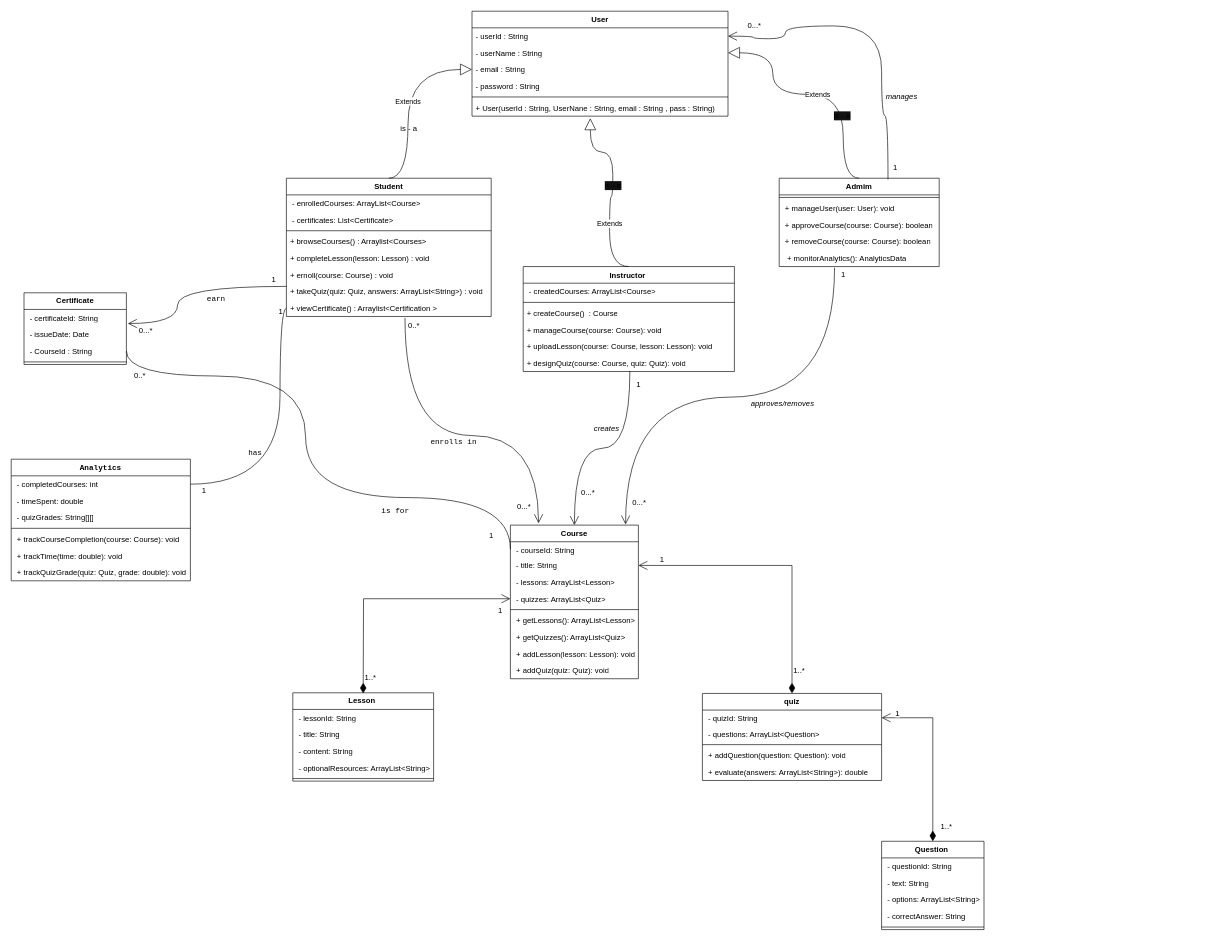
Before: Class Diagram.drawio in Abd-El-Rahman-Mohammed-Aref/Lab6, a draw.io diagram. Source tidied: cells renumbered, new cells numbered last; positions are measured from the earlier drawing's top-left corner, leaving out a move shared by most shapes. Both pictures are drawn from the tidied source at 64%, with x=0, y=0 at pixel (11, 11).
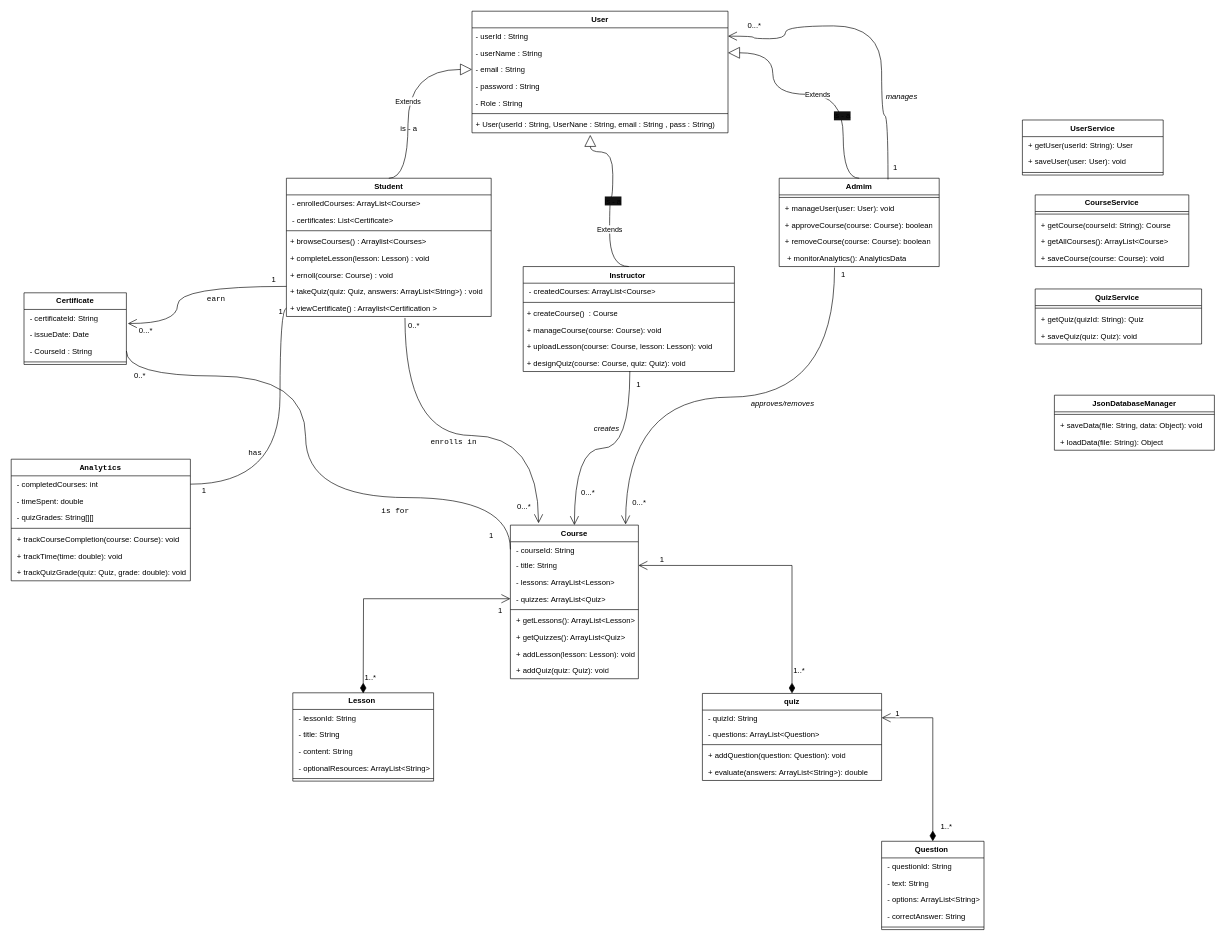
The same diagram, later.

Commit message (it also covers changes not shown here):
add Service & Data Classes

The edit, as a diff of the source:
```diff
@@
     <mxCell id="2" value="User" style="swimlane;fontStyle=1;align=center;verticalAlign=top;horizontal=1;startSize=26;whiteSpace=wrap;html=1;" parent="1" vertex="1">
-      <mxGeometry x="720" width="400" height="164" as="geometry" />
+      <mxGeometry x="720" width="400" height="190" as="geometry" />
     </mxCell>
@@
+    <mxCell id="114" value="- Role : String" style="text;strokeColor=none;fillColor=none;align=left;verticalAlign=top;spacingLeft=4;spacingRight=4;overflow=hidden;whiteSpace=wrap;html=1;" parent="2" vertex="1">
+      <mxGeometry y="130" width="400" height="26" as="geometry" />
+    </mxCell>
     <mxCell id="7" style="line;strokeWidth=1;fillColor=none;align=left;verticalAlign=middle;spacingTop=-1;spacingLeft=3;spacingRight=3;labelPosition=right;strokeColor=inherit;" parent="2" vertex="1">
-      <mxGeometry y="130" width="400" height="8" as="geometry" />
+      <mxGeometry y="156" width="400" height="8" as="geometry" />
     </mxCell>
     <mxCell id="8" value="+ User(userId : String, UserNane : String, email : String , pass : String)" style="text;strokeColor=none;fillColor=none;align=left;verticalAlign=top;spacingLeft=4;spacingRight=4;overflow=hidden;points=[[0,0.5],[1,0.5]];portConstraint=eastwest;whiteSpace=wrap;html=1;" parent="2" vertex="1">
-      <mxGeometry y="138" width="400" height="26" as="geometry" />
+      <mxGeometry y="164" width="400" height="26" as="geometry" />
     </mxCell>
@@
+    <mxCell id="115" value="UserService" style="swimlane;fontStyle=1;align=center;verticalAlign=top;horizontal=1;startSize=26;whiteSpace=wrap;html=1;strokeColor=inherit;strokeWidth=1;spacingLeft=3;spacingRight=3;spacingTop=-1;fontFamily=Helvetica;fontSize=12;fontColor=default;labelBackgroundColor=default;fillColor=none;" parent="1" vertex="1">
+      <mxGeometry x="1580" y="170" width="220" height="86" as="geometry" />
+    </mxCell>
+    <mxCell id="116" value="&amp;nbsp;&lt;span style=&quot;background-color: light-dark(#ffffff, var(--ge-dark-color, #121212)); color: light-dark(rgb(0, 0, 0), rgb(255, 255, 255));&quot;&gt;+ getUser(userId: String): User&lt;/span&gt;" style="text;strokeColor=none;fillColor=none;align=left;verticalAlign=top;spacingLeft=4;spacingRight=4;overflow=hidden;whiteSpace=wrap;html=1;fontFamily=Helvetica;fontSize=12;fontColor=default;labelBackgroundColor=default;" parent="115" vertex="1">
+      <mxGeometry y="26" width="220" height="26" as="geometry" />
+    </mxCell>
+    <mxCell id="117" value="&amp;nbsp;&lt;span style=&quot;background-color: light-dark(#ffffff, var(--ge-dark-color, #121212)); color: light-dark(rgb(0, 0, 0), rgb(255, 255, 255));&quot;&gt;+ saveUser(user: User): void&lt;/span&gt;" style="text;strokeColor=none;fillColor=none;align=left;verticalAlign=top;spacingLeft=4;spacingRight=4;overflow=hidden;whiteSpace=wrap;html=1;fontFamily=Helvetica;fontSize=12;fontColor=default;labelBackgroundColor=default;" parent="115" vertex="1">
+      <mxGeometry y="52" width="220" height="26" as="geometry" />
+    </mxCell>
+    <mxCell id="118" style="line;strokeWidth=1;fillColor=none;align=left;verticalAlign=middle;spacingTop=-1;spacingLeft=3;spacingRight=3;labelPosition=right;strokeColor=inherit;fontFamily=Helvetica;fontSize=12;fontColor=default;labelBackgroundColor=default;" parent="115" vertex="1">
+      <mxGeometry y="78" width="220" height="8" as="geometry" />
+    </mxCell>
+    <mxCell id="119" value="CourseService" style="swimlane;fontStyle=1;align=center;verticalAlign=top;horizontal=1;startSize=26;whiteSpace=wrap;html=1;strokeColor=inherit;strokeWidth=1;spacingLeft=3;spacingRight=3;spacingTop=-1;fontFamily=Helvetica;fontSize=12;fontColor=default;labelBackgroundColor=default;fillColor=none;" parent="1" vertex="1">
+      <mxGeometry x="1600" y="287" width="240" height="112" as="geometry" />
+    </mxCell>
+    <mxCell id="120" style="line;strokeWidth=1;fillColor=none;align=left;verticalAlign=middle;spacingTop=-1;spacingLeft=3;spacingRight=3;labelPosition=right;strokeColor=inherit;fontFamily=Helvetica;fontSize=12;fontColor=default;labelBackgroundColor=default;" parent="119" vertex="1">
+      <mxGeometry y="26" width="240" height="8" as="geometry" />
+    </mxCell>
+    <mxCell id="121" value="&amp;nbsp;&lt;span style=&quot;background-color: light-dark(#ffffff, var(--ge-dark-color, #121212)); color: light-dark(rgb(0, 0, 0), rgb(255, 255, 255));&quot;&gt;+ getCourse(courseId: String): Course&lt;/span&gt;" style="text;strokeColor=none;fillColor=none;align=left;verticalAlign=top;spacingLeft=4;spacingRight=4;overflow=hidden;whiteSpace=wrap;html=1;fontFamily=Helvetica;fontSize=12;fontColor=default;labelBackgroundColor=default;" parent="119" vertex="1">
+      <mxGeometry y="34" width="240" height="26" as="geometry" />
+    </mxCell>
+    <mxCell id="122" value="&amp;nbsp;&lt;span style=&quot;background-color: light-dark(#ffffff, var(--ge-dark-color, #121212)); color: light-dark(rgb(0, 0, 0), rgb(255, 255, 255));&quot;&gt;+ getAllCourses(): ArrayList&amp;lt;Course&amp;gt;&lt;/span&gt;" style="text;strokeColor=none;fillColor=none;align=left;verticalAlign=top;spacingLeft=4;spacingRight=4;overflow=hidden;whiteSpace=wrap;html=1;fontFamily=Helvetica;fontSize=12;fontColor=default;labelBackgroundColor=default;" parent="119" vertex="1">
+      <mxGeometry y="60" width="240" height="26" as="geometry" />
+    </mxCell>
+    <mxCell id="123" value="&amp;nbsp;&lt;span style=&quot;background-color: light-dark(#ffffff, var(--ge-dark-color, #121212)); color: light-dark(rgb(0, 0, 0), rgb(255, 255, 255));&quot;&gt;+ saveCourse(course: Course): void&lt;/span&gt;" style="text;strokeColor=none;fillColor=none;align=left;verticalAlign=top;spacingLeft=4;spacingRight=4;overflow=hidden;whiteSpace=wrap;html=1;fontFamily=Helvetica;fontSize=12;fontColor=default;labelBackgroundColor=default;" parent="119" vertex="1">
+      <mxGeometry y="86" width="240" height="26" as="geometry" />
+    </mxCell>
+    <mxCell id="124" value="QuizService&amp;nbsp;" style="swimlane;fontStyle=1;align=center;verticalAlign=top;horizontal=1;startSize=26;whiteSpace=wrap;html=1;strokeColor=inherit;strokeWidth=1;spacingLeft=3;spacingRight=3;spacingTop=-1;fontFamily=Helvetica;fontSize=12;fontColor=default;labelBackgroundColor=default;fillColor=none;" parent="1" vertex="1">
+      <mxGeometry x="1600" y="434" width="260" height="86" as="geometry" />
+    </mxCell>
+    <mxCell id="125" style="line;strokeWidth=1;fillColor=none;align=left;verticalAlign=middle;spacingTop=-1;spacingLeft=3;spacingRight=3;labelPosition=right;strokeColor=inherit;fontFamily=Helvetica;fontSize=12;fontColor=default;labelBackgroundColor=default;" parent="124" vertex="1">
+      <mxGeometry y="26" width="260" height="8" as="geometry" />
+    </mxCell>
+    <mxCell id="126" value="&amp;nbsp;&lt;span style=&quot;background-color: light-dark(#ffffff, var(--ge-dark-color, #121212)); color: light-dark(rgb(0, 0, 0), rgb(255, 255, 255));&quot;&gt;+ getQuiz(quizId: String): Quiz&lt;/span&gt;" style="text;strokeColor=none;fillColor=none;align=left;verticalAlign=top;spacingLeft=4;spacingRight=4;overflow=hidden;whiteSpace=wrap;html=1;fontFamily=Helvetica;fontSize=12;fontColor=default;labelBackgroundColor=default;" parent="124" vertex="1">
+      <mxGeometry y="34" width="260" height="26" as="geometry" />
+    </mxCell>
+    <mxCell id="127" value="&amp;nbsp;&lt;span style=&quot;background-color: light-dark(#ffffff, var(--ge-dark-color, #121212)); color: light-dark(rgb(0, 0, 0), rgb(255, 255, 255));&quot;&gt;+ saveQuiz(quiz: Quiz): void&lt;/span&gt;" style="text;strokeColor=none;fillColor=none;align=left;verticalAlign=top;spacingLeft=4;spacingRight=4;overflow=hidden;whiteSpace=wrap;html=1;fontFamily=Helvetica;fontSize=12;fontColor=default;labelBackgroundColor=default;" parent="124" vertex="1">
+      <mxGeometry y="60" width="260" height="26" as="geometry" />
+    </mxCell>
+    <mxCell id="128" value="JsonDatabaseManager" style="swimlane;fontStyle=1;align=center;verticalAlign=top;horizontal=1;startSize=26;whiteSpace=wrap;html=1;strokeColor=inherit;strokeWidth=1;spacingLeft=3;spacingRight=3;spacingTop=-1;fontFamily=Helvetica;fontSize=12;fontColor=default;labelBackgroundColor=default;fillColor=none;" parent="1" vertex="1">
+      <mxGeometry x="1630" y="600" width="250" height="86" as="geometry" />
+    </mxCell>
+    <mxCell id="129" style="line;strokeWidth=1;fillColor=none;align=left;verticalAlign=middle;spacingTop=-1;spacingLeft=3;spacingRight=3;labelPosition=right;strokeColor=inherit;fontFamily=Helvetica;fontSize=12;fontColor=default;labelBackgroundColor=default;" parent="128" vertex="1">
+      <mxGeometry y="26" width="250" height="8" as="geometry" />
+    </mxCell>
+    <mxCell id="130" value="&amp;nbsp;&lt;span style=&quot;background-color: light-dark(#ffffff, var(--ge-dark-color, #121212)); color: light-dark(rgb(0, 0, 0), rgb(255, 255, 255));&quot;&gt;+ saveData(file: String, data: Object): void&lt;/span&gt;" style="text;strokeColor=none;fillColor=none;align=left;verticalAlign=top;spacingLeft=4;spacingRight=4;overflow=hidden;whiteSpace=wrap;html=1;fontFamily=Helvetica;fontSize=12;fontColor=default;labelBackgroundColor=default;" parent="128" vertex="1">
+      <mxGeometry y="34" width="250" height="26" as="geometry" />
+    </mxCell>
+    <mxCell id="131" value="&amp;nbsp;&lt;span style=&quot;background-color: light-dark(#ffffff, var(--ge-dark-color, #121212)); color: light-dark(rgb(0, 0, 0), rgb(255, 255, 255));&quot;&gt;+ loadData(file: String): Object&lt;/span&gt;" style="text;strokeColor=none;fillColor=none;align=left;verticalAlign=top;spacingLeft=4;spacingRight=4;overflow=hidden;whiteSpace=wrap;html=1;fontFamily=Helvetica;fontSize=12;fontColor=default;labelBackgroundColor=default;" parent="128" vertex="1">
+      <mxGeometry y="60" width="250" height="26" as="geometry" />
+    </mxCell>
```
